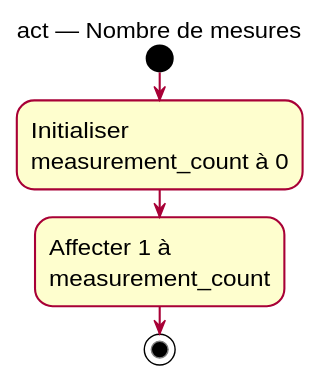
This is public/diagrams/examples/measurement-count.svg from benoit-bremaud/cpp-learning-course, a PlantUML export, as it was before one commit.
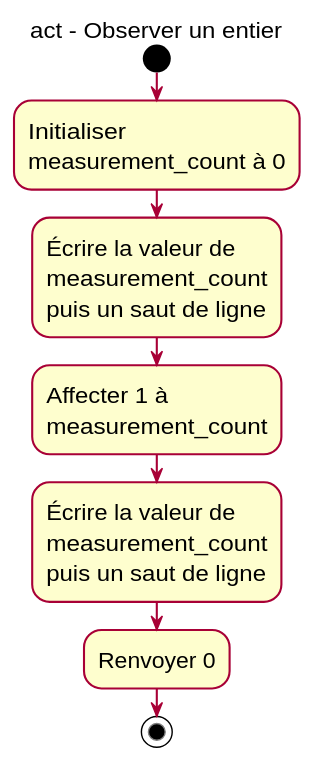
Later version of the same file.

Diff of the diagram source:
```diff
@@ -1,9 +1,12 @@
 @startuml
 skinparam defaultFontSize 16
 skinparam shadowing false
-title act — Nombre de mesures
+title act - Observer un entier
 start
 :Initialiser\nmeasurement_count à 0;
+:Écrire la valeur de\nmeasurement_count\npuis un saut de ligne;
 :Affecter 1 à\nmeasurement_count;
+:Écrire la valeur de\nmeasurement_count\npuis un saut de ligne;
+:Renvoyer 0;
 stop
 @enduml
```
